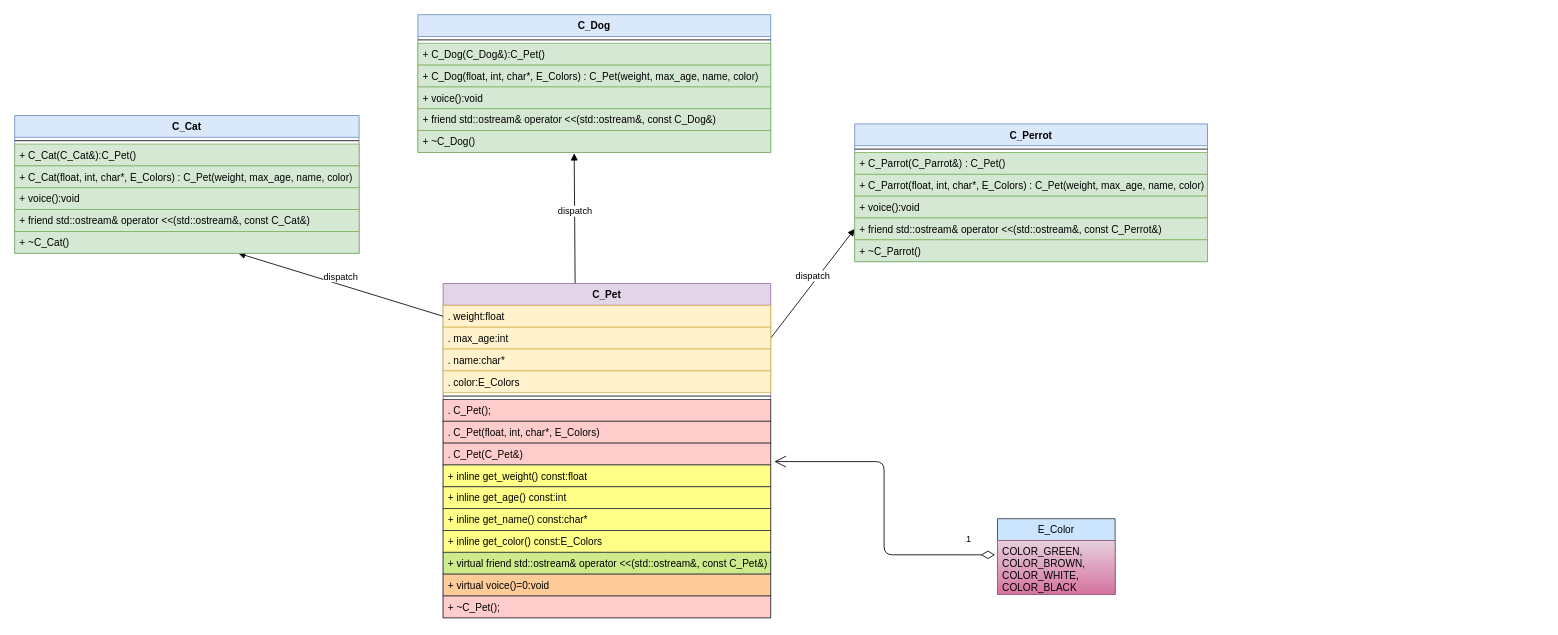
Before: SOLID.drawio in franchukkaterina/Draw-io, a draw.io diagram. Source tidied: cells renumbered, new cells numbered last; positions are measured from the earlier drawing's top-left corner, leaving out a move shared by most shapes. Both pictures are drawn from the tidied source at 84%, with x=0, y=0 at pixel (14, 14).
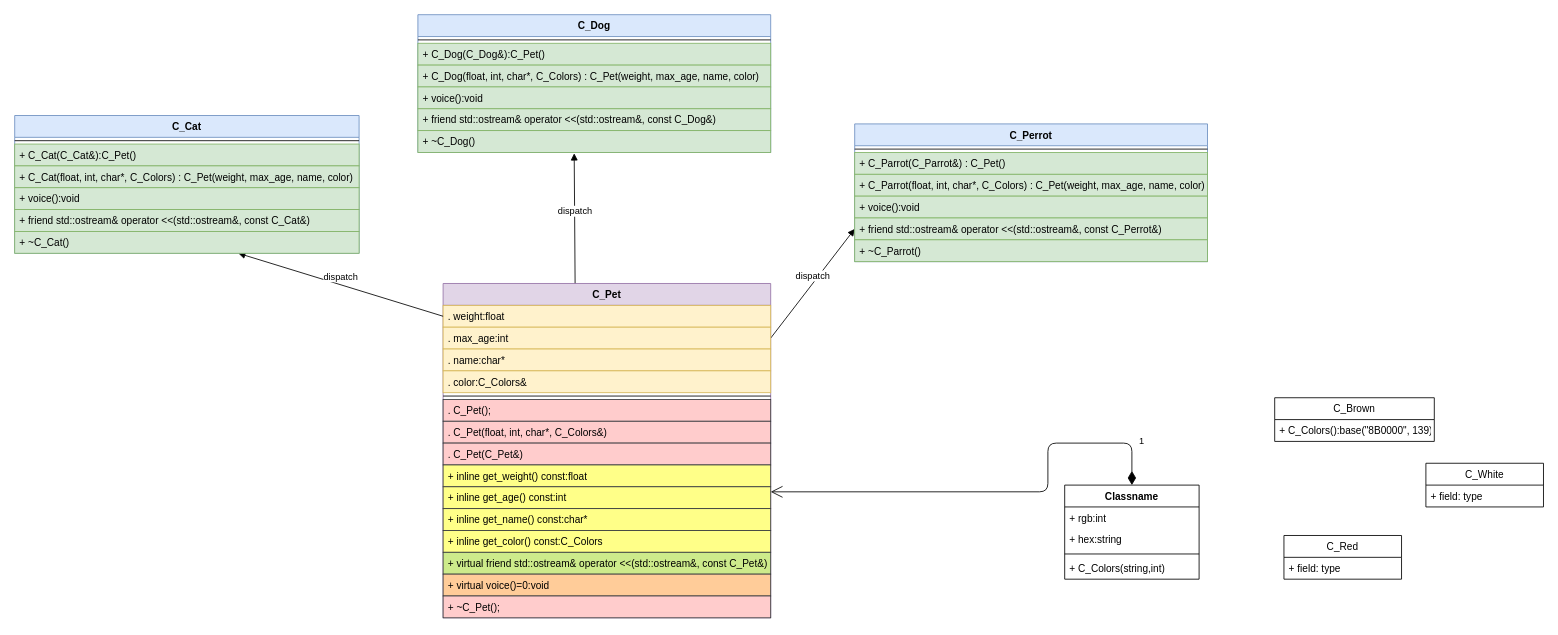
The same diagram, later.

The change refers to these unchanged cells:
```xml
<mxCell id="6" value="C_Pet" style="swimlane;fontStyle=1;align=center;verticalAlign=top;horizontal=1;startSize=26;fillColor=#e1d5e7;strokeColor=#9673a6;" parent="1" vertex="1">
  <mxGeometry x="510" y="320" width="390" height="398" as="geometry" />
</mxCell>
<mxCell id="14" value=". C_Pet(C_Pet&amp;)" style="text;strokeColor=#36393d;fillColor=#ffcccc;align=left;verticalAlign=top;spacingLeft=4;spacingRight=4;overflow=hidden;points=[[0,0.5],[1,0.5]];portConstraint=eastwest;" parent="6" vertex="1">
  <mxGeometry y="190" width="390" height="26" as="geometry" />
</mxCell>
<mxCell id="16" value="+ inline get_age() const:int" style="text;strokeColor=#36393d;fillColor=#ffff88;align=left;verticalAlign=top;spacingLeft=4;spacingRight=4;overflow=hidden;points=[[0,0.5],[1,0.5]];portConstraint=eastwest;" parent="6" vertex="1">
  <mxGeometry y="242" width="390" height="26" as="geometry" />
</mxCell>
<mxCell id="23" value="C_Cat" style="swimlane;fontStyle=1;align=center;verticalAlign=top;horizontal=1;startSize=26;fillColor=#dae8fc;strokeColor=#6c8ebf;" parent="1" vertex="1">
  <mxGeometry y="120" width="410" height="164" as="geometry" />
</mxCell>
<mxCell id="30" value="C_Dog" style="swimlane;fontStyle=1;align=center;verticalAlign=top;horizontal=1;startSize=26;fillColor=#dae8fc;strokeColor=#6c8ebf;" parent="1" vertex="1">
  <mxGeometry x="480" width="420" height="164" as="geometry" />
</mxCell>
<mxCell id="37" value="C_Perrot" style="swimlane;fontStyle=1;align=center;verticalAlign=top;horizontal=1;startSize=26;fillColor=#dae8fc;strokeColor=#6c8ebf;" parent="1" vertex="1">
  <mxGeometry x="1000" y="130" width="420" height="164" as="geometry" />
</mxCell>
```

What changed in the source:
```diff
@@
-    <mxCell id="2" value="E_Color" style="swimlane;fontStyle=0;horizontal=1;startSize=26;fillColor=#cce5ff;strokeColor=#36393d;" parent="1" vertex="1">
-      <mxGeometry x="1170" y="600" width="140" height="90" as="geometry" />
-    </mxCell>
-    <mxCell id="3" value="COLOR_GREEN,&#10; COLOR_BROWN,&#10; COLOR_WHITE,&#10; COLOR_BLACK" style="text;strokeColor=#996185;fillColor=#e6d0de;align=left;verticalAlign=top;spacingLeft=4;spacingRight=4;overflow=hidden;points=[[0,0.5],[1,0.5]];portConstraint=eastwest;gradientColor=#d5739d;" parent="2" vertex="1">
-      <mxGeometry y="26" width="140" height="64" as="geometry" />
-    </mxCell>
@@
-    <mxCell id="10" value=". color:E_Colors" style="text;strokeColor=#d6b656;fillColor=#fff2cc;align=left;verticalAlign=top;spacingLeft=4;spacingRight=4;overflow=hidden;" parent="6" vertex="1">
+    <mxCell id="10" value=". color:C_Colors&amp;" style="text;strokeColor=#d6b656;fillColor=#fff2cc;align=left;verticalAlign=top;spacingLeft=4;spacingRight=4;overflow=hidden;" parent="6" vertex="1">
       <mxGeometry y="104" width="390" height="26" as="geometry" />
     </mxCell>
@@
-    <mxCell id="13" value=". C_Pet(float, int, char*, E_Colors)" style="text;strokeColor=#36393d;fillColor=#ffcccc;align=left;verticalAlign=top;spacingLeft=4;spacingRight=4;overflow=hidden;" parent="6" vertex="1">
+    <mxCell id="13" value=". C_Pet(float, int, char*, C_Colors&amp;)" style="text;strokeColor=#36393d;fillColor=#ffcccc;align=left;verticalAlign=top;spacingLeft=4;spacingRight=4;overflow=hidden;" parent="6" vertex="1">
       <mxGeometry y="164" width="390" height="26" as="geometry" />
     </mxCell>
@@
-    <mxCell id="18" value="+ inline get_color() const:E_Colors" style="text;strokeColor=#36393d;fillColor=#ffff88;align=left;verticalAlign=top;spacingLeft=4;spacingRight=4;overflow=hidden;" parent="6" vertex="1">
+    <mxCell id="18" value="+ inline get_color() const:C_Colors" style="text;strokeColor=#36393d;fillColor=#ffff88;align=left;verticalAlign=top;spacingLeft=4;spacingRight=4;overflow=hidden;" parent="6" vertex="1">
       <mxGeometry y="294" width="390" height="26" as="geometry" />
     </mxCell>
@@
-    <mxCell id="26" value="+ C_Cat(float, int, char*, E_Colors) : C_Pet(weight, max_age, name, color)" style="text;strokeColor=#82b366;fillColor=#d5e8d4;align=left;verticalAlign=top;spacingLeft=4;spacingRight=4;overflow=hidden;" parent="23" vertex="1">
+    <mxCell id="26" value="+ C_Cat(float, int, char*, C_Colors) : C_Pet(weight, max_age, name, color)" style="text;strokeColor=#82b366;fillColor=#d5e8d4;align=left;verticalAlign=top;spacingLeft=4;spacingRight=4;overflow=hidden;" parent="23" vertex="1">
       <mxGeometry y="60" width="410" height="26" as="geometry" />
     </mxCell>
@@
-    <mxCell id="33" value="+ C_Dog(float, int, char*, E_Colors) : C_Pet(weight, max_age, name, color)" style="text;strokeColor=#82b366;fillColor=#d5e8d4;align=left;verticalAlign=top;spacingLeft=4;spacingRight=4;overflow=hidden;" parent="30" vertex="1">
+    <mxCell id="33" value="+ C_Dog(float, int, char*, C_Colors) : C_Pet(weight, max_age, name, color)" style="text;strokeColor=#82b366;fillColor=#d5e8d4;align=left;verticalAlign=top;spacingLeft=4;spacingRight=4;overflow=hidden;" parent="30" vertex="1">
       <mxGeometry y="60" width="420" height="26" as="geometry" />
     </mxCell>
@@
-    <mxCell id="40" value="+ C_Parrot(float, int, char*, E_Colors) : C_Pet(weight, max_age, name, color)" style="text;strokeColor=#82b366;fillColor=#d5e8d4;align=left;verticalAlign=top;spacingLeft=4;spacingRight=4;overflow=hidden;" parent="37" vertex="1">
+    <mxCell id="40" value="+ C_Parrot(float, int, char*, C_Colors) : C_Pet(weight, max_age, name, color)" style="text;strokeColor=#82b366;fillColor=#d5e8d4;align=left;verticalAlign=top;spacingLeft=4;spacingRight=4;overflow=hidden;" parent="37" vertex="1">
       <mxGeometry y="60" width="420" height="26" as="geometry" />
     </mxCell>
@@
-    <mxCell id="44" value="1" style="endArrow=open;html=1;endSize=12;startArrow=diamondThin;startSize=14;startFill=0;edgeStyle=orthogonalEdgeStyle;align=left;verticalAlign=bottom;exitX=-0.021;exitY=0.266;exitDx=0;exitDy=0;exitPerimeter=0;entryX=1.011;entryY=0.846;entryDx=0;entryDy=0;entryPerimeter=0;" parent="1" edge="1" source="3" target="14">
-      <mxGeometry x="-0.81" y="-10" relative="1" as="geometry" />
+    <mxCell id="44" value="1" style="endArrow=open;html=1;endSize=12;startArrow=diamondThin;startSize=14;startFill=1;edgeStyle=orthogonalEdgeStyle;align=left;verticalAlign=bottom;entryX=1;entryY=0.231;entryDx=0;entryDy=0;entryPerimeter=0;exitX=0.5;exitY=0;exitDx=0;exitDy=0;" parent="1" edge="1" target="16">
+      <mxGeometry x="-0.84" y="-7" relative="1" as="geometry">
+        <mxPoint x="1330" y="560" as="sourcePoint" />
+        <Array as="points">
+          <mxPoint x="1330" y="510" />
+          <mxPoint x="1230" y="510" />
+          <mxPoint x="1230" y="568" />
+        </Array>
+      </mxGeometry>
     </mxCell>
+    <mxCell id="45" value="C_Red" style="swimlane;fontStyle=0;horizontal=1;startSize=26;fillColor=none;" parent="1" vertex="1">
+      <mxGeometry x="1511" y="620" width="140" height="52" as="geometry" />
+    </mxCell>
+    <mxCell id="46" value="+ field: type" style="text;strokeColor=none;fillColor=none;align=left;verticalAlign=top;spacingLeft=4;spacingRight=4;overflow=hidden;" parent="45" vertex="1">
+      <mxGeometry y="26" width="140" height="26" as="geometry" />
+    </mxCell>
+    <mxCell id="47" value="C_White" style="swimlane;fontStyle=0;horizontal=1;startSize=26;fillColor=none;" parent="1" vertex="1">
+      <mxGeometry x="1680" y="534" width="140" height="52" as="geometry" />
+    </mxCell>
+    <mxCell id="48" value="+ field: type" style="text;strokeColor=none;fillColor=none;align=left;verticalAlign=top;spacingLeft=4;spacingRight=4;overflow=hidden;" parent="47" vertex="1">
+      <mxGeometry y="26" width="140" height="26" as="geometry" />
+    </mxCell>
+    <mxCell id="49" value="C_Brown" style="swimlane;fontStyle=0;horizontal=1;startSize=26;fillColor=none;" parent="1" vertex="1">
+      <mxGeometry x="1500" y="456" width="190" height="52" as="geometry" />
+    </mxCell>
+    <mxCell id="50" value="+ C_Colors():base(&quot;8B0000&quot;, 139)" style="text;strokeColor=none;fillColor=none;align=left;verticalAlign=top;spacingLeft=4;spacingRight=4;overflow=hidden;" parent="49" vertex="1">
+      <mxGeometry y="26" width="190" height="26" as="geometry" />
+    </mxCell>
+    <mxCell id="51" value="Classname" style="swimlane;fontStyle=1;align=center;verticalAlign=top;horizontal=1;startSize=26;" parent="1" vertex="1">
+      <mxGeometry x="1250" y="560" width="160" height="112" as="geometry" />
+    </mxCell>
+    <mxCell id="52" value="+ rgb:int" style="text;strokeColor=none;fillColor=none;align=left;verticalAlign=top;spacingLeft=4;spacingRight=4;overflow=hidden;" parent="51" vertex="1">
+      <mxGeometry y="26" width="160" height="26" as="geometry" />
+    </mxCell>
+    <mxCell id="53" value="+ hex:string" style="text;strokeColor=none;fillColor=none;align=left;verticalAlign=top;spacingLeft=4;spacingRight=4;overflow=hidden;" parent="51" vertex="1">
+      <mxGeometry y="52" width="160" height="26" as="geometry" />
+    </mxCell>
+    <mxCell id="54" style="line;strokeWidth=1;fillColor=none;align=left;verticalAlign=middle;spacingTop=-1;spacingLeft=3;spacingRight=3;labelPosition=right;" parent="51" vertex="1">
+      <mxGeometry y="78" width="160" height="8" as="geometry" />
+    </mxCell>
+    <mxCell id="55" value="+ C_Colors(string,int)" style="text;strokeColor=none;fillColor=none;align=left;verticalAlign=top;spacingLeft=4;spacingRight=4;overflow=hidden;" parent="51" vertex="1">
+      <mxGeometry y="86" width="160" height="26" as="geometry" />
+    </mxCell>
```
